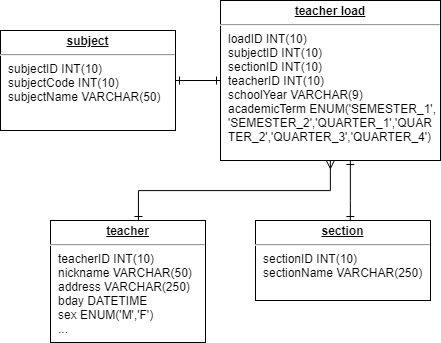
Before: SP/Teacher-Load.png, a diagram exported from draw.io (blankart/dhla-web-app). Source tidied: cells renumbered, new cells last; positions are measured from the earlier drawing's top-left corner, leaving out a move shared by most shapes.
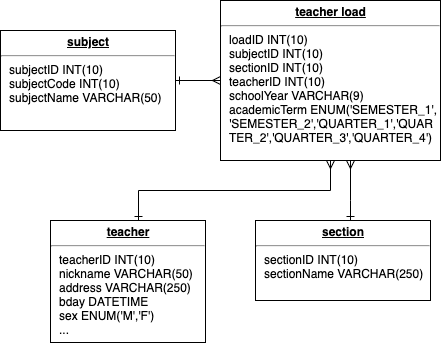
Above is the later version.

The edit, as a diff of the source:
```diff
@@ -5,7 +5,7 @@
     <mxCell id="2" value="&lt;p style=&quot;margin: 0px ; margin-top: 4px ; text-align: center ; text-decoration: underline&quot;&gt;&lt;b&gt;teacher load&lt;/b&gt;&lt;/p&gt;&lt;hr&gt;&lt;p style=&quot;margin: 0px ; margin-left: 8px&quot;&gt;loadID INT(10)&lt;/p&gt;&lt;p style=&quot;margin: 0px ; margin-left: 8px&quot;&gt;subjectID INT(10)&lt;/p&gt;&lt;p style=&quot;margin: 0px ; margin-left: 8px&quot;&gt;sectionID INT(10)&lt;/p&gt;&lt;p style=&quot;margin: 0px ; margin-left: 8px&quot;&gt;teacherID INT(10)&lt;/p&gt;&lt;p style=&quot;margin: 0px ; margin-left: 8px&quot;&gt;schoolYear VARCHAR(9)&lt;/p&gt;&lt;p style=&quot;margin: 0px ; margin-left: 8px&quot;&gt;academicTerm ENUM('SEMESTER_1',&lt;/p&gt;&lt;p style=&quot;margin: 0px ; margin-left: 8px&quot;&gt;'SEMESTER_2','QUARTER_1','QUAR&lt;/p&gt;&lt;p style=&quot;margin: 0px ; margin-left: 8px&quot;&gt;TER_2','QUARTER_3','QUARTER_4')&lt;/p&gt;" style="verticalAlign=top;align=left;overflow=fill;fontSize=12;fontFamily=Helvetica;html=1;rounded=0;shadow=0;comic=0;labelBackgroundColor=none;strokeColor=#000000;strokeWidth=1;fillColor=#ffffff;" parent="1" vertex="1">
       <mxGeometry x="220" width="220" height="160" as="geometry" />
     </mxCell>
-    <mxCell id="3" style="edgeStyle=orthogonalEdgeStyle;rounded=0;jettySize=auto;html=1;startArrow=ERone;startFill=0;endArrow=ERone;endFill=0;" parent="1" edge="1" source="4" target="2">
+    <mxCell id="3" style="edgeStyle=orthogonalEdgeStyle;rounded=0;jettySize=auto;html=1;startArrow=ERone;startFill=0;endArrow=ERmany;endFill=0;" parent="1" edge="1" source="4" target="2">
       <mxGeometry relative="1" as="geometry">
         <Array as="points">
           <mxPoint x="350" y="200" />
@@ -27,7 +27,7 @@
     <mxCell id="6" value="&lt;p style=&quot;margin: 0px ; margin-top: 4px ; text-align: center ; text-decoration: underline&quot;&gt;&lt;b&gt;teacher&lt;/b&gt;&lt;/p&gt;&lt;hr&gt;&lt;p style=&quot;margin: 0px ; margin-left: 8px&quot;&gt;teacherID INT(10)&lt;/p&gt;&lt;p style=&quot;margin: 0px ; margin-left: 8px&quot;&gt;nickname VARCHAR(50)&lt;/p&gt;&lt;p style=&quot;margin: 0px ; margin-left: 8px&quot;&gt;address VARCHAR(250)&lt;/p&gt;&lt;p style=&quot;margin: 0px ; margin-left: 8px&quot;&gt;bday DATETIME&lt;/p&gt;&lt;p style=&quot;margin: 0px ; margin-left: 8px&quot;&gt;sex ENUM('M','F')&lt;/p&gt;&lt;p style=&quot;margin: 0px ; margin-left: 8px&quot;&gt;...&lt;/p&gt;" style="verticalAlign=top;align=left;overflow=fill;fontSize=12;fontFamily=Helvetica;html=1;rounded=0;shadow=0;comic=0;labelBackgroundColor=none;strokeColor=#000000;strokeWidth=1;fillColor=#ffffff;" parent="1" vertex="1">
       <mxGeometry x="50" y="220" width="155" height="122" as="geometry" />
     </mxCell>
-    <mxCell id="7" style="edgeStyle=orthogonalEdgeStyle;rounded=0;jettySize=auto;html=1;startArrow=ERone;startFill=0;endArrow=ERone;endFill=0;" parent="1" edge="1" source="8" target="2">
+    <mxCell id="7" style="edgeStyle=orthogonalEdgeStyle;rounded=0;jettySize=auto;html=1;startArrow=ERone;startFill=0;endArrow=ERmany;endFill=0;" parent="1" edge="1" source="8" target="2">
       <mxGeometry relative="1" as="geometry" />
     </mxCell>
     <mxCell id="8" value="&lt;p style=&quot;margin: 0px ; margin-top: 4px ; text-align: center ; text-decoration: underline&quot;&gt;&lt;b&gt;subject&lt;/b&gt;&lt;/p&gt;&lt;hr&gt;&lt;p style=&quot;margin: 0px ; margin-left: 8px&quot;&gt;subjectID INT(10)&lt;/p&gt;&lt;p style=&quot;margin: 0px ; margin-left: 8px&quot;&gt;subjectCode INT(10)&lt;/p&gt;&lt;p style=&quot;margin: 0px ; margin-left: 8px&quot;&gt;subjectName VARCHAR(50)&lt;/p&gt;" style="verticalAlign=top;align=left;overflow=fill;fontSize=12;fontFamily=Helvetica;html=1;rounded=0;shadow=0;comic=0;labelBackgroundColor=none;strokeColor=#000000;strokeWidth=1;fillColor=#ffffff;" parent="1" vertex="1">
```
